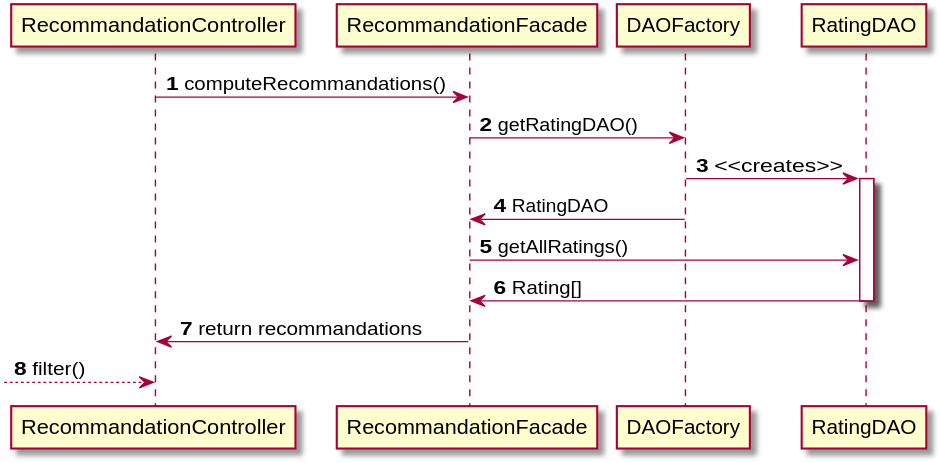
BrokenSwing/Comixaire keeps this PlantUML diagram as specifications/software-design/recommandations/reco-sequence-diagram.svg. Above is the earlier version.
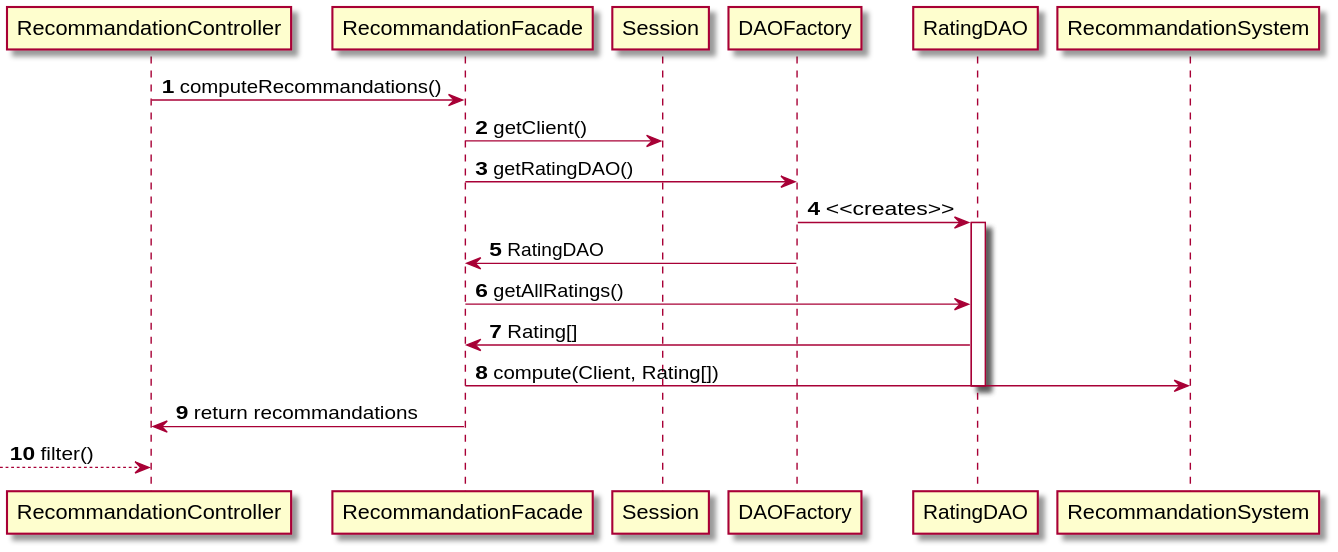
After the commit.

Change to the diagram source:
```diff
@@ -1,11 +1,13 @@
 @startuml
 autonumber
 RecommandationController -> RecommandationFacade: computeRecommandations()
+RecommandationFacade -> Session : getClient()
 RecommandationFacade -> DAOFactory : getRatingDAO()
 DAOFactory -> RatingDAO ++ : <<creates>>
 DAOFactory -> RecommandationFacade : RatingDAO
 RecommandationFacade -> RatingDAO : getAllRatings()
 RatingDAO -> RecommandationFacade : Rating[]
+RecommandationFacade -> RecommandationSystem : compute(Client, Rating[])
 deactivate RatingDAO
 RecommandationFacade -> RecommandationController: return recommandations
 --> RecommandationController: filter()
```
